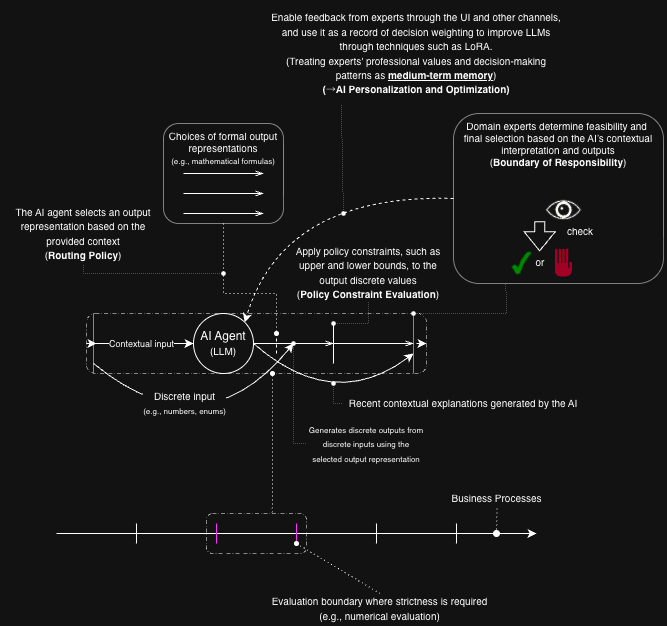
Above: image/ai_agent_application_design_for_business_processes_requiring_strictness.png in cancan007/Trying-understand-structure-for-u (draw.io), before the change. Source tidied: cells renumbered, new cells last; positions are measured from the earlier drawing's top-left corner, leaving out a move shared by most shapes.
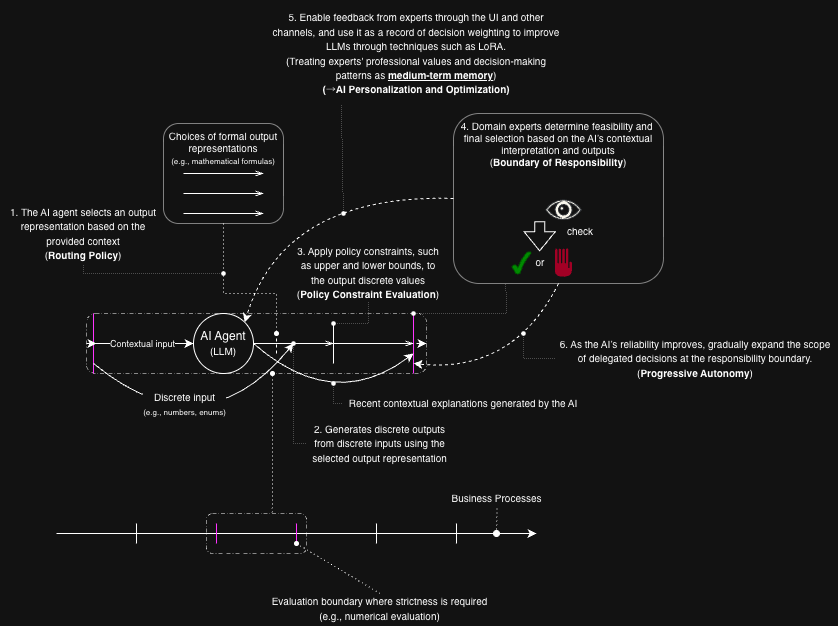
After the change.

Commit message:
updated the ai agent architecture img

Change to the diagram source:
```diff
@@ -5,7 +5,7 @@
     <mxCell id="2" style="rounded=1;whiteSpace=wrap;html=1;fillColor=none;dashed=1;dashPattern=8 4 1 4;strokeWidth=0.5;" parent="1" vertex="1">
       <mxGeometry x="83" y="310" width="340" height="60" as="geometry" />
     </mxCell>
-    <mxCell id="3" value="&lt;div&gt;&lt;span style=&quot;background-color: transparent;&quot;&gt;Domain experts determine feasibility and&amp;nbsp;&lt;/span&gt;&lt;/div&gt;&lt;div&gt;&lt;span style=&quot;background-color: transparent;&quot;&gt;final selection based on the AI’s contextual interpretation and outputs&lt;br&gt;&lt;/span&gt;&lt;span style=&quot;background-color: transparent; color: light-dark(rgb(0, 0, 0), rgb(255, 255, 255));&quot;&gt;(&lt;/span&gt;&lt;b style=&quot;background-color: transparent; color: light-dark(rgb(0, 0, 0), rgb(255, 255, 255));&quot;&gt;Boundary of Responsibility&lt;/b&gt;&lt;span style=&quot;background-color: transparent; color: light-dark(rgb(0, 0, 0), rgb(255, 255, 255));&quot;&gt;)&lt;/span&gt;&lt;/div&gt;" style="rounded=1;whiteSpace=wrap;html=1;fillColor=none;strokeWidth=0.5;verticalAlign=top;fontSize=10;" parent="1" vertex="1">
+    <mxCell id="3" value="&lt;div&gt;&lt;span style=&quot;background-color: transparent;&quot;&gt;4. Domain experts determine feasibility and&amp;nbsp;&lt;/span&gt;&lt;/div&gt;&lt;div&gt;&lt;span style=&quot;background-color: transparent;&quot;&gt;final selection based on the AI’s contextual interpretation and outputs&lt;br&gt;&lt;/span&gt;&lt;span style=&quot;background-color: transparent; color: light-dark(rgb(0, 0, 0), rgb(255, 255, 255));&quot;&gt;(&lt;/span&gt;&lt;b style=&quot;background-color: transparent; color: light-dark(rgb(0, 0, 0), rgb(255, 255, 255));&quot;&gt;Boundary of Responsibility&lt;/b&gt;&lt;span style=&quot;background-color: transparent; color: light-dark(rgb(0, 0, 0), rgb(255, 255, 255));&quot;&gt;)&lt;/span&gt;&lt;/div&gt;" style="rounded=1;whiteSpace=wrap;html=1;fillColor=none;strokeWidth=0.5;verticalAlign=top;fontSize=10;" parent="1" vertex="1">
       <mxGeometry x="450" y="110" width="210" height="170" as="geometry" />
     </mxCell>
     <mxCell id="4" style="rounded=1;whiteSpace=wrap;html=1;fillColor=none;dashed=1;dashPattern=8 4 1 4;strokeWidth=0.5;" parent="1" vertex="1">
@@ -133,7 +133,7 @@
         </Array>
       </mxGeometry>
     </mxCell>
-    <mxCell id="28" value="&lt;font style=&quot;font-size: 10px;&quot;&gt;The AI agent selects an output representation based on the provided context&lt;/font&gt;&lt;div&gt;&lt;font style=&quot;&quot;&gt;&lt;span style=&quot;font-size: 10px;&quot;&gt;(&lt;b&gt;Routing Policy&lt;/b&gt;)&lt;/span&gt;&lt;/font&gt;&lt;/div&gt;" style="text;html=1;whiteSpace=wrap;strokeColor=none;fillColor=none;align=center;verticalAlign=middle;rounded=0;" parent="1" vertex="1">
+    <mxCell id="28" value="&lt;font style=&quot;font-size: 10px;&quot;&gt;1. The AI agent selects an output representation based on the provided context&lt;/font&gt;&lt;div&gt;&lt;font style=&quot;&quot;&gt;&lt;span style=&quot;font-size: 10px;&quot;&gt;(&lt;b&gt;Routing Policy&lt;/b&gt;)&lt;/span&gt;&lt;/font&gt;&lt;/div&gt;" style="text;html=1;whiteSpace=wrap;strokeColor=none;fillColor=none;align=center;verticalAlign=middle;rounded=0;" parent="1" vertex="1">
       <mxGeometry y="200" width="160" height="60" as="geometry" />
     </mxCell>
     <mxCell id="29" style="endArrow=none;dashed=1;html=1;dashPattern=1 3;strokeWidth=0.5;rounded=0;entryX=0.5;entryY=1;entryDx=0;entryDy=0;endFill=0;startArrow=oval;startFill=1;startSize=4;endSize=4;" parent="1" edge="1" target="28">
@@ -144,7 +144,7 @@
         </Array>
       </mxGeometry>
     </mxCell>
-    <mxCell id="30" value="&lt;div&gt;&lt;span style=&quot;background-color: transparent; font-size: 10px;&quot;&gt;Apply policy constraints, such as upper and lower bounds, to the output discrete values&lt;br&gt;&lt;/span&gt;&lt;span style=&quot;background-color: transparent; color: light-dark(rgb(0, 0, 0), rgb(255, 255, 255)); font-size: 10px;&quot;&gt;(&lt;/span&gt;&lt;span style=&quot;background-color: transparent; color: light-dark(rgb(0, 0, 0), rgb(255, 255, 255));&quot;&gt;&lt;span style=&quot;font-size: 10px;&quot;&gt;&lt;b&gt;Policy Constraint Evaluation&lt;/b&gt;)&lt;/span&gt;&lt;/span&gt;&lt;/div&gt;" style="text;html=1;whiteSpace=wrap;strokeColor=none;fillColor=none;align=center;verticalAlign=middle;rounded=0;" parent="1" vertex="1">
+    <mxCell id="30" value="&lt;div&gt;&lt;span style=&quot;background-color: transparent; font-size: 10px;&quot;&gt;3. Apply policy constraints, such as upper and lower bounds, to the output discrete values&lt;br&gt;&lt;/span&gt;&lt;span style=&quot;background-color: transparent; color: light-dark(rgb(0, 0, 0), rgb(255, 255, 255)); font-size: 10px;&quot;&gt;(&lt;/span&gt;&lt;span style=&quot;background-color: transparent; color: light-dark(rgb(0, 0, 0), rgb(255, 255, 255));&quot;&gt;&lt;span style=&quot;font-size: 10px;&quot;&gt;&lt;b&gt;Policy Constraint Evaluation&lt;/b&gt;)&lt;/span&gt;&lt;/span&gt;&lt;/div&gt;" style="text;html=1;whiteSpace=wrap;strokeColor=none;fillColor=none;align=center;verticalAlign=middle;rounded=0;" parent="1" vertex="1">
       <mxGeometry x="290" y="240" width="150" height="57.9" as="geometry" />
     </mxCell>
     <mxCell id="31" style="endArrow=classic;html=1;rounded=0;curved=1;" parent="1" edge="1">
@@ -161,8 +161,8 @@
         <mxPoint x="-6" y="-21" as="offset" />
       </mxGeometry>
     </mxCell>
-    <mxCell id="33" value="&lt;span style=&quot;font-size: 8px;&quot;&gt;Generates discrete outputs from discrete inputs using the selected output representation&lt;/span&gt;" style="text;html=1;whiteSpace=wrap;strokeColor=none;fillColor=none;align=center;verticalAlign=middle;rounded=0;" parent="1" vertex="1">
-      <mxGeometry x="303" y="420" width="120" height="40" as="geometry" />
+    <mxCell id="33" value="&lt;font style=&quot;font-size: 10px;&quot;&gt;2. Generates discrete outputs from discrete inputs using the selected output representation&lt;/font&gt;" style="text;html=1;whiteSpace=wrap;strokeColor=none;fillColor=none;align=center;verticalAlign=middle;rounded=0;" parent="1" vertex="1">
+      <mxGeometry x="303" y="420" width="147" height="40" as="geometry" />
     </mxCell>
     <mxCell id="34" style="endArrow=none;dashed=1;html=1;dashPattern=1 3;strokeWidth=0.5;rounded=0;endFill=0;startArrow=oval;startFill=1;startSize=4;endSize=4;entryX=0;entryY=0.5;entryDx=0;entryDy=0;" parent="1" edge="1" target="33">
       <mxGeometry relative="1" as="geometry">
@@ -235,7 +235,7 @@
         </Array>
       </mxGeometry>
     </mxCell>
-    <mxCell id="47" value="&lt;div&gt;&lt;span style=&quot;background-color: transparent; font-size: 10px;&quot;&gt;Enable feedback from experts through the UI and other channels, and use it as a record of decision weighting to improve LLMs through techniques such as LoRA.&lt;br&gt;&lt;/span&gt;&lt;span style=&quot;font-size: 10px; background-color: transparent; color: light-dark(rgb(0, 0, 0), rgb(255, 255, 255));&quot;&gt;(Treating experts' professional values and decision-making patterns as &lt;/span&gt;&lt;b style=&quot;font-size: 10px; background-color: transparent; color: light-dark(rgb(0, 0, 0), rgb(255, 255, 255));&quot;&gt;&lt;u&gt;medium-term memory&lt;/u&gt;&lt;/b&gt;&lt;span style=&quot;font-size: 10px; background-color: transparent; color: light-dark(rgb(0, 0, 0), rgb(255, 255, 255));&quot;&gt;)&lt;/span&gt;&lt;/div&gt;&lt;div&gt;&lt;span style=&quot;background-color: transparent; color: light-dark(rgb(0, 0, 0), rgb(255, 255, 255)); font-size: 10px;&quot;&gt;&lt;b&gt;(→AI Personalization and Optimization)&lt;/b&gt;&lt;/span&gt;&lt;/div&gt;" style="text;html=1;whiteSpace=wrap;strokeColor=none;fillColor=none;align=center;verticalAlign=middle;rounded=0;" parent="1" vertex="1">
+    <mxCell id="47" value="&lt;div&gt;&lt;span style=&quot;background-color: transparent; font-size: 10px;&quot;&gt;5. Enable feedback from experts through the UI and other channels, and use it as a record of decision weighting to improve LLMs through techniques such as LoRA.&lt;br&gt;&lt;/span&gt;&lt;span style=&quot;font-size: 10px; background-color: transparent; color: light-dark(rgb(0, 0, 0), rgb(255, 255, 255));&quot;&gt;(Treating experts' professional values and decision-making patterns as &lt;/span&gt;&lt;b style=&quot;font-size: 10px; background-color: transparent; color: light-dark(rgb(0, 0, 0), rgb(255, 255, 255));&quot;&gt;&lt;u&gt;medium-term memory&lt;/u&gt;&lt;/b&gt;&lt;span style=&quot;font-size: 10px; background-color: transparent; color: light-dark(rgb(0, 0, 0), rgb(255, 255, 255));&quot;&gt;)&lt;/span&gt;&lt;/div&gt;&lt;div&gt;&lt;span style=&quot;background-color: transparent; color: light-dark(rgb(0, 0, 0), rgb(255, 255, 255)); font-size: 10px;&quot;&gt;&lt;b&gt;(→AI Personalization and Optimization)&lt;/b&gt;&lt;/span&gt;&lt;/div&gt;" style="text;html=1;whiteSpace=wrap;strokeColor=none;fillColor=none;align=center;verticalAlign=middle;rounded=0;" parent="1" vertex="1">
       <mxGeometry x="263" width="300" height="100" as="geometry" />
     </mxCell>
     <mxCell id="48" style="endArrow=none;dashed=1;html=1;dashPattern=1 3;strokeWidth=0.5;rounded=0;entryX=0.25;entryY=1;entryDx=0;entryDy=0;endFill=0;startArrow=oval;startFill=1;startSize=4;endSize=4;" parent="1" edge="1" target="47">
@@ -269,5 +269,24 @@
         <mxPoint x="273" y="330" as="targetPoint" />
       </mxGeometry>
     </mxCell>
+    <mxCell id="53" value="&lt;div&gt;&lt;span style=&quot;font-size: 10px;&quot;&gt;6. As the AI’s reliability improves, gradually expand the scope of delegated decisions at the responsibility boundary.&lt;/span&gt;&lt;/div&gt;&lt;div&gt;&lt;span style=&quot;font-size: 10px;&quot;&gt;(&lt;b&gt;Progressive Autonomy&lt;/b&gt;)&lt;/span&gt;&lt;/div&gt;" style="text;html=1;whiteSpace=wrap;strokeColor=none;fillColor=none;align=center;verticalAlign=middle;rounded=0;" parent="1" vertex="1">
+      <mxGeometry x="551.6" y="330" width="280" height="50" as="geometry" />
+    </mxCell>
+    <mxCell id="54" style="endArrow=classic;html=1;rounded=0;exitX=0.5;exitY=1;exitDx=0;exitDy=0;dashed=1;curved=1;" parent="1" edge="1" source="3">
+      <mxGeometry relative="1" as="geometry">
+        <mxPoint x="410" y="360" as="targetPoint" />
+        <Array as="points">
+          <mxPoint x="510" y="370" />
+        </Array>
+      </mxGeometry>
+    </mxCell>
+    <mxCell id="55" style="endArrow=oval;dashed=1;html=1;dashPattern=1 3;strokeWidth=0.5;rounded=0;endFill=1;startSize=4;endSize=4;exitX=0;exitY=0.5;exitDx=0;exitDy=0;" parent="1" edge="1" source="53">
+      <mxGeometry relative="1" as="geometry">
+        <mxPoint x="520" y="330" as="targetPoint" />
+        <Array as="points">
+          <mxPoint x="520" y="355" />
+        </Array>
+      </mxGeometry>
+    </mxCell>
   </root>
 </mxGraphModel>
```
